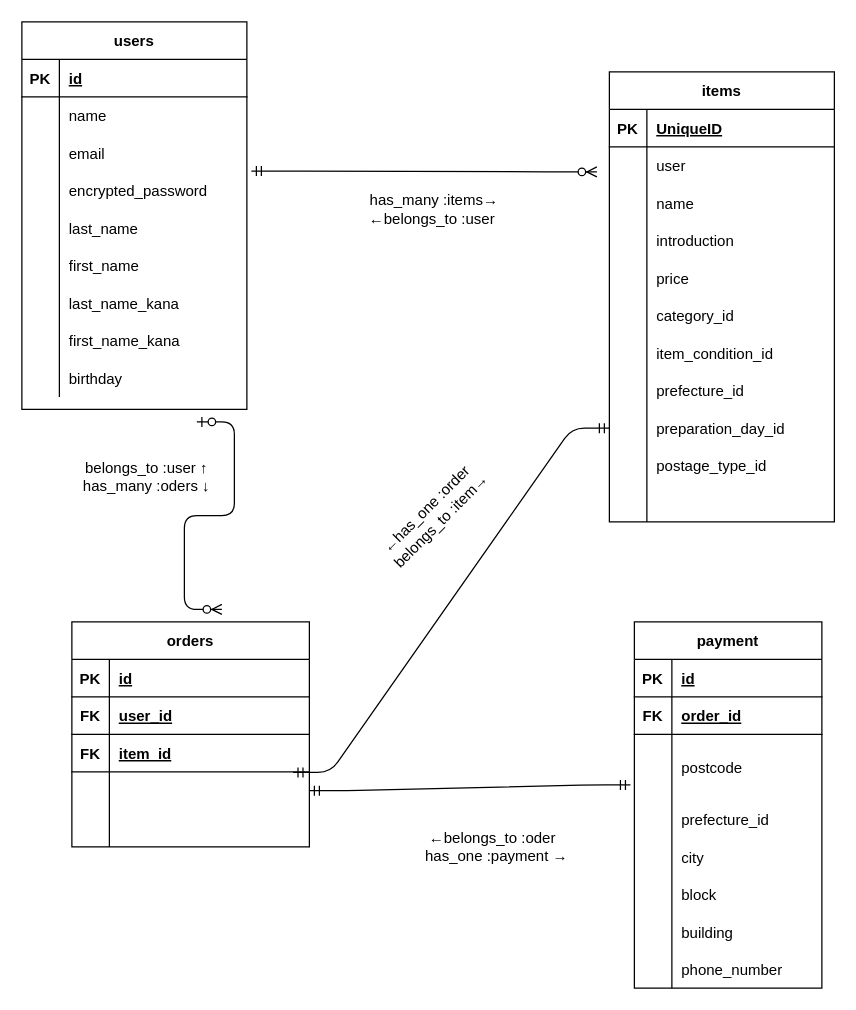
Before: ER.dio in kazuma516/furima-38295, a draw.io diagram. Source tidied: cells renumbered, new cells numbered last; positions are measured from the earlier drawing's top-left corner, leaving out a move shared by most shapes. Both pictures are drawn from the tidied source at 125%, with x=0, y=0 at pixel (21, 21).
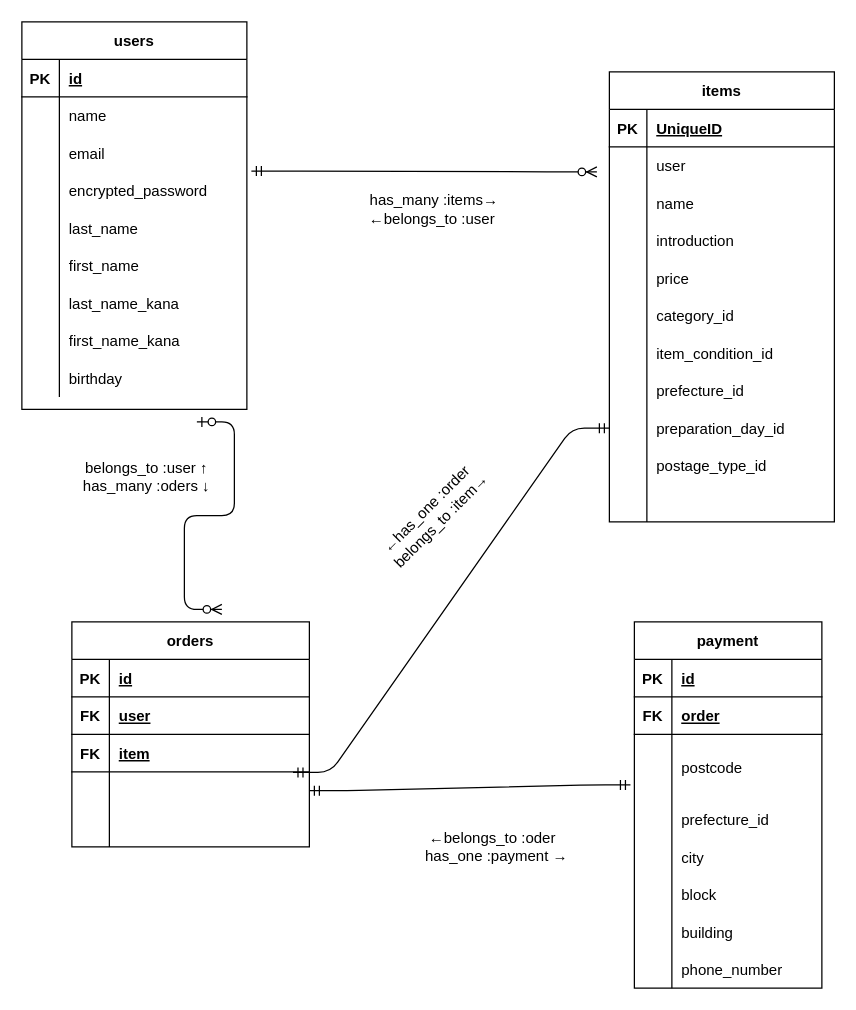
The same diagram, later.

Commit message (it also covers changes not shown here):
データベース設計記述⑦

The change refers to these unchanged cells:
```xml
<mxCell id="68" style="shape=partialRectangle;fillColor=none;top=0;left=0;bottom=1;right=0;" parent="64" vertex="1">
  <mxGeometry y="60" width="190" height="30" as="geometry" />
</mxCell>
<mxCell id="71" style="shape=partialRectangle;fillColor=none;top=0;left=0;bottom=1;right=0;" parent="64" vertex="1">
  <mxGeometry y="90" width="190" height="30" as="geometry" />
</mxCell>
<mxCell id="84" style="shape=partialRectangle;fillColor=none;top=0;left=0;bottom=1;right=0;" parent="80" vertex="1">
  <mxGeometry y="60" width="150" height="30" as="geometry" />
</mxCell>
```

What changed in the source:
```diff
@@
-    <mxCell id="70" value="user_id" style="shape=partialRectangle;fillColor=none;top=0;left=0;bottom=0;right=0;align=left;spacingLeft=6;fontStyle=5;overflow=hidden;" parent="68" vertex="1">
+    <mxCell id="70" value="user" style="shape=partialRectangle;fillColor=none;top=0;left=0;bottom=0;right=0;align=left;spacingLeft=6;fontStyle=5;overflow=hidden;" parent="68" vertex="1">
       <mxGeometry x="30" width="160" height="30" as="geometry" />
     </mxCell>
@@
-    <mxCell id="73" value="item_id" style="shape=partialRectangle;fillColor=none;top=0;left=0;bottom=0;right=0;align=left;spacingLeft=6;fontStyle=5;overflow=hidden;" parent="71" vertex="1">
+    <mxCell id="73" value="item" style="shape=partialRectangle;fillColor=none;top=0;left=0;bottom=0;right=0;align=left;spacingLeft=6;fontStyle=5;overflow=hidden;" parent="71" vertex="1">
       <mxGeometry x="30" width="160" height="30" as="geometry" />
     </mxCell>
@@
-    <mxCell id="86" value="order_id" style="shape=partialRectangle;fillColor=none;top=0;left=0;bottom=0;right=0;align=left;spacingLeft=6;fontStyle=5;overflow=hidden;" parent="84" vertex="1">
+    <mxCell id="86" value="order" style="shape=partialRectangle;fillColor=none;top=0;left=0;bottom=0;right=0;align=left;spacingLeft=6;fontStyle=5;overflow=hidden;" parent="84" vertex="1">
       <mxGeometry x="30" width="120" height="30" as="geometry" />
     </mxCell>
```
